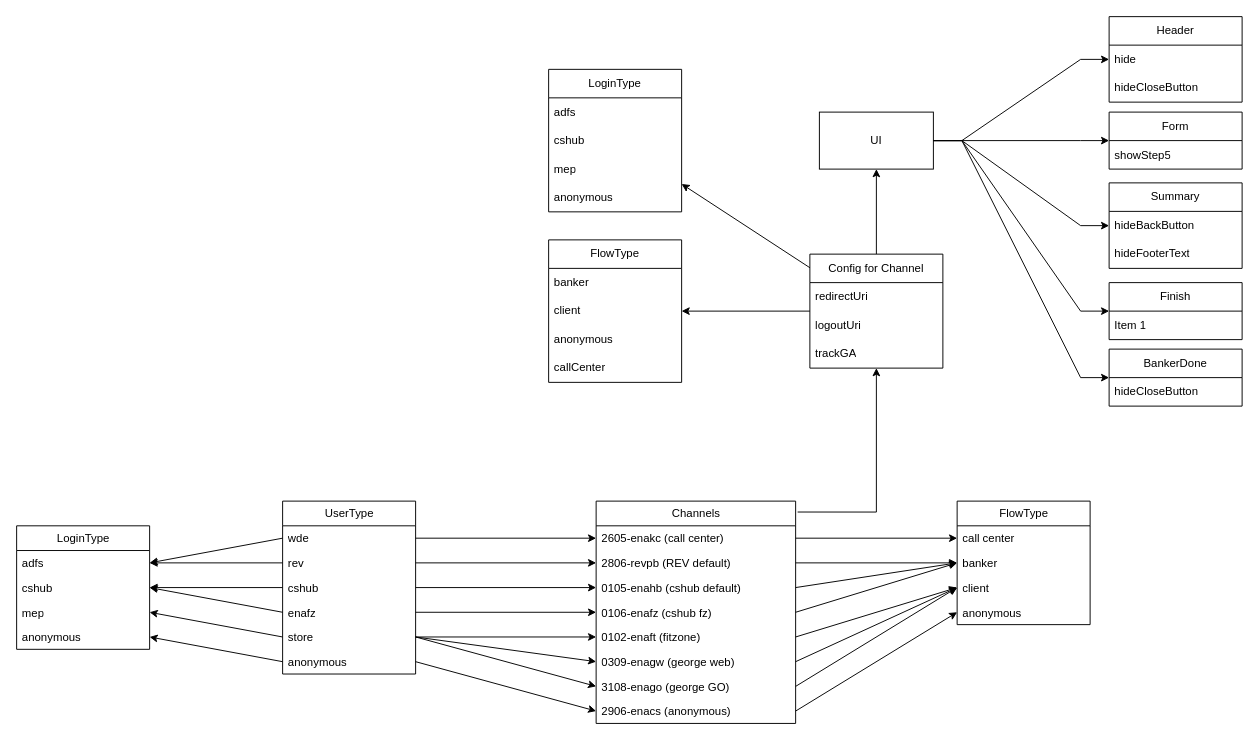
This is ENA_model.drawio from ondrejtuma-ext43301/diagrams, a draw.io file, before an edit. Source tidied: cells renumbered, new cells numbered last; positions are measured from the earlier drawing's top-left corner, leaving out a move shared by most shapes. Both pictures are drawn from the tidied source at 95%, with x=0, y=0 at pixel (16, 16).
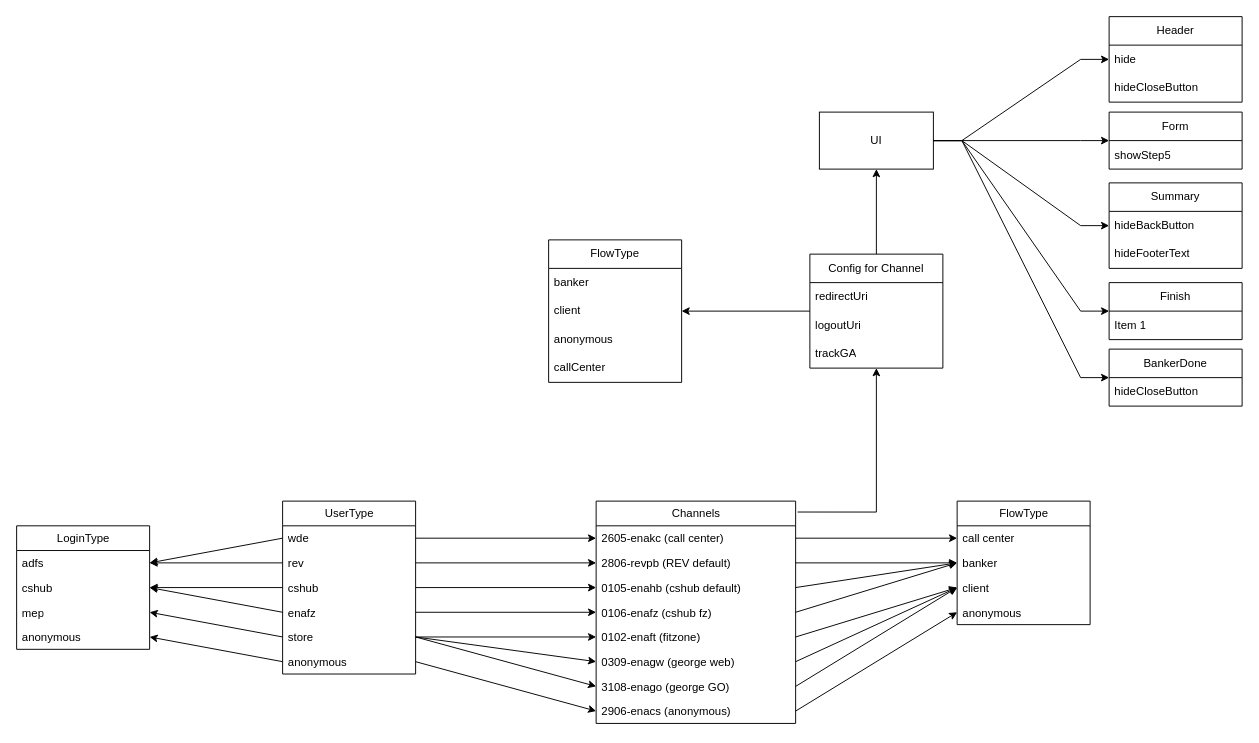
The same page after the edit.

Commit message:
chore(model): remove loginType from channel config

Unchanged cells that the change refers to:
```xml
<mxCell id="62" value="Config for Channel" style="swimlane;fontStyle=0;horizontal=1;startSize=30;whiteSpace=wrap;html=1;" parent="1" vertex="1">
  <mxGeometry x="835" y="250" width="140" height="120" as="geometry" />
</mxCell>
```

Change to the diagram source:
```diff
@@
-    <mxCell id="80" value="LoginType" style="swimlane;fontStyle=0;horizontal=1;startSize=30;whiteSpace=wrap;html=1;" parent="1" vertex="1">
-      <mxGeometry x="560" y="55.5" width="140" height="150" as="geometry" />
-    </mxCell>
-    <mxCell id="81" value="adfs" style="text;strokeColor=none;fillColor=none;align=left;verticalAlign=middle;spacingLeft=4;spacingRight=4;overflow=hidden;whiteSpace=wrap;html=1;" parent="80" vertex="1">
-      <mxGeometry y="30" width="140" height="30" as="geometry" />
-    </mxCell>
-    <mxCell id="82" value="cshub" style="text;strokeColor=none;fillColor=none;align=left;verticalAlign=middle;spacingLeft=4;spacingRight=4;overflow=hidden;whiteSpace=wrap;html=1;" parent="80" vertex="1">
-      <mxGeometry y="60" width="140" height="30" as="geometry" />
-    </mxCell>
-    <mxCell id="83" value="mep" style="text;strokeColor=none;fillColor=none;align=left;verticalAlign=middle;spacingLeft=4;spacingRight=4;overflow=hidden;whiteSpace=wrap;html=1;" parent="80" vertex="1">
-      <mxGeometry y="90" width="140" height="30" as="geometry" />
-    </mxCell>
-    <mxCell id="84" value="anonymous" style="text;strokeColor=none;fillColor=none;align=left;verticalAlign=middle;spacingLeft=4;spacingRight=4;overflow=hidden;whiteSpace=wrap;html=1;" parent="80" vertex="1">
-      <mxGeometry y="120" width="140" height="30" as="geometry" />
-    </mxCell>
-    <mxCell id="85" style="endArrow=classic;html=1;rounded=0;" parent="1" edge="1" source="62" target="80">
-      <mxGeometry relative="1" as="geometry" />
-    </mxCell>
```
